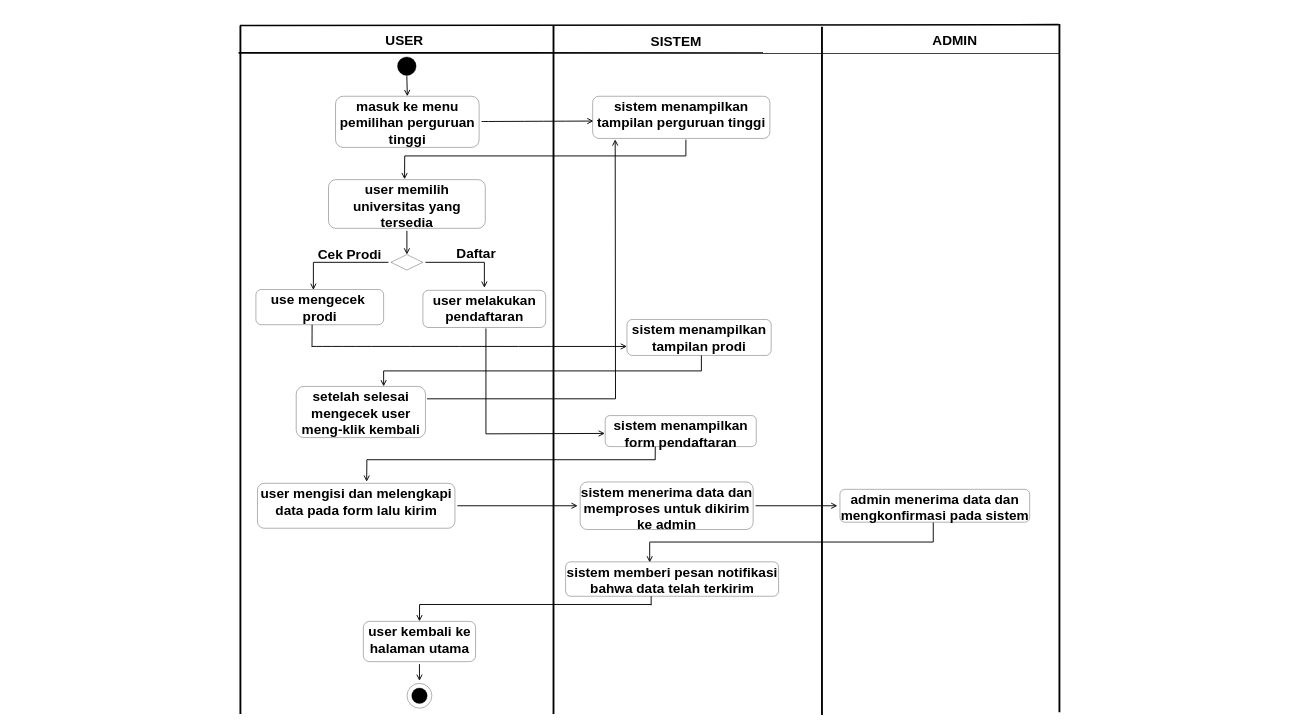
The draw.io diagram page "Page-1" (1 of 4) of pertemuan 12.drawio in dickisepto/Latihan-GIT, before the edit. Source tidied: cells renumbered, new cells numbered last; positions are measured from the earlier drawing's top-left corner, leaving out a move shared by most shapes. Both pictures are drawn from the tidied source at 31%, with x=0, y=0 at pixel (6, 24).
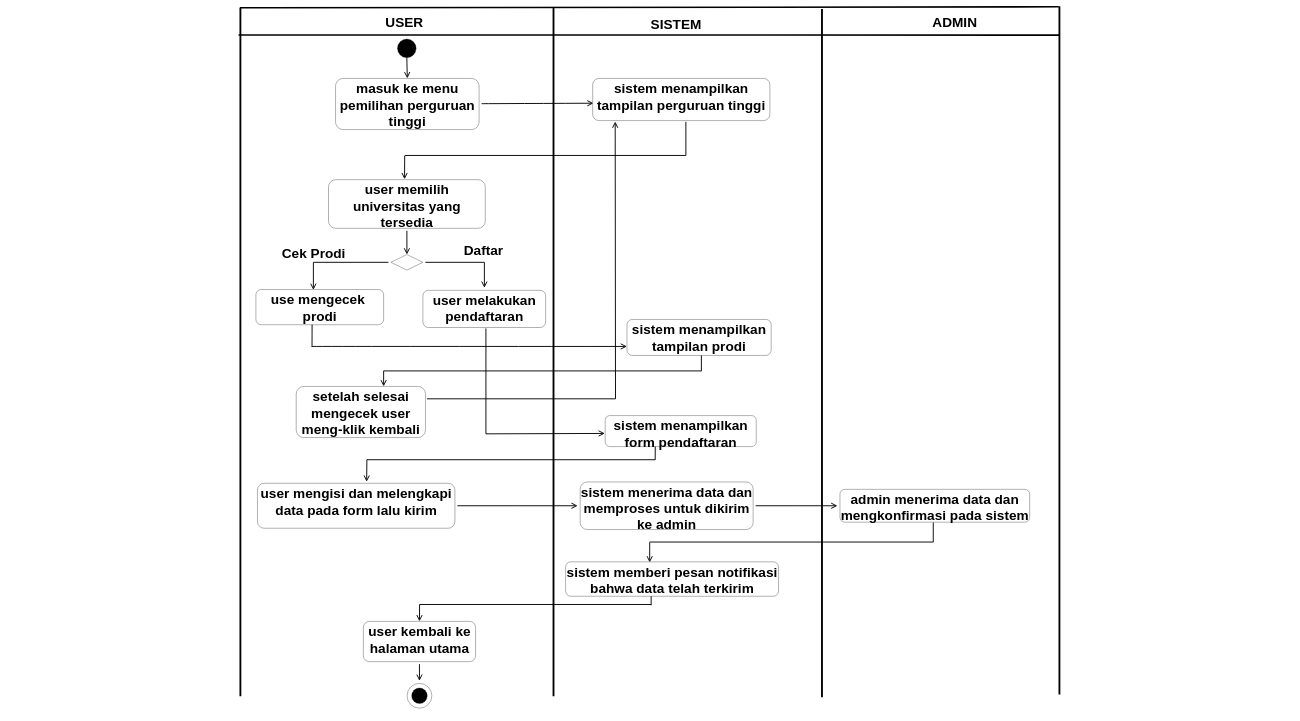
The same diagram, later.

The change refers to these unchanged cells:
```xml
<mxCell id="12" value="&lt;font style=&quot;font-size: 44px;&quot;&gt;user memilih universitas yang tersedia&lt;/font&gt;" style="rounded=1;whiteSpace=wrap;html=1;sketch=0;hachureGap=4;fontFamily=Helvetica;fontSize=44;strokeWidth=1;fontStyle=1;verticalAlign=top;" parent="1" vertex="1">
  <mxGeometry x="1039.2" y="502" width="505.7" height="157" as="geometry" />
</mxCell>
<mxCell id="35" style="line;strokeWidth=3;html=1;hachureGap=4;fontFamily=Helvetica;fontSize=44;fontStyle=1;verticalAlign=top;" parent="1" vertex="1">
  <mxGeometry x="1357" y="1204" width="608" height="10" as="geometry" />
</mxCell>
```

What changed in the source:
```diff
@@
     <mxCell id="2" style="endArrow=none;html=1;rounded=0;sketch=0;hachureGap=4;fontFamily=Architects Daughter;fontSize=44;startSize=14;endSize=14;sourcePerimeterSpacing=8;targetPerimeterSpacing=8;curved=1;strokeWidth=5;fontStyle=1;verticalAlign=top;entryX=0.042;entryY=0.5;entryDx=0;entryDy=0;entryPerimeter=0;" parent="1" edge="1" target="58">
       <mxGeometry relative="1" as="geometry">
-        <mxPoint x="749" y="93" as="sourcePoint" />
+        <mxPoint x="749" y="35.5" as="sourcePoint" />
       </mxGeometry>
     </mxCell>
@@
     <mxCell id="4" value="&lt;font style=&quot;font-size: 44px;&quot;&gt;masuk ke menu pemilihan perguruan tinggi&lt;/font&gt;" style="rounded=1;whiteSpace=wrap;html=1;sketch=0;hachureGap=4;fontFamily=Helvetica;fontSize=44;strokeWidth=1;fontStyle=1;verticalAlign=top;" parent="1" vertex="1">
-      <mxGeometry x="1061.9" y="233" width="463.1" height="165" as="geometry" />
+      <mxGeometry x="1061.9" y="175.5" width="463.1" height="165" as="geometry" />
     </mxCell>
@@
     <mxCell id="6" style="ellipse;whiteSpace=wrap;html=1;rounded=1;sketch=0;hachureGap=4;fontFamily=Architects Daughter;fontSize=44;fillColor=#000000;strokeWidth=1;fontStyle=1;verticalAlign=top;" parent="1" vertex="1">
-      <mxGeometry x="1261.8" y="106" width="60" height="60" as="geometry" />
+      <mxGeometry x="1261.8" y="48.5" width="60" height="60" as="geometry" />
     </mxCell>
     <mxCell id="7" value="&lt;font style=&quot;font-size: 44px;&quot;&gt;USER&lt;/font&gt;" style="text;html=1;strokeColor=none;fillColor=none;align=center;verticalAlign=top;whiteSpace=wrap;rounded=0;sketch=0;hachureGap=4;fontFamily=Helvetica;fontSize=44;strokeWidth=2;fontStyle=1;" parent="1" vertex="1">
-      <mxGeometry x="1229" y="20" width="110" height="30" as="geometry" />
+      <mxGeometry x="1229" y="-37.5" width="110" height="30" as="geometry" />
     </mxCell>
     <mxCell id="8" value="SISTEM" style="text;html=1;align=center;verticalAlign=top;strokeColor=none;fillColor=none;rounded=1;sketch=0;hachureGap=4;fontFamily=Helvetica;fontSize=44;strokeWidth=2;fontStyle=1;" parent="1" vertex="1">
-      <mxGeometry x="2073" y="24.1" width="174" height="57" as="geometry" />
+      <mxGeometry x="2073" y="-33.4" width="174" height="57" as="geometry" />
     </mxCell>
     <mxCell id="9" value="ADMIN" style="text;html=1;align=center;verticalAlign=top;strokeColor=none;fillColor=none;rounded=1;sketch=0;hachureGap=4;fontFamily=Helvetica;fontSize=44;strokeWidth=2;fontStyle=1;" parent="1" vertex="1">
-      <mxGeometry x="2982" y="20" width="154" height="57" as="geometry" />
+      <mxGeometry x="2982" y="-37.5" width="154" height="57" as="geometry" />
     </mxCell>
     <mxCell id="10" value="&lt;font style=&quot;font-size: 44px;&quot;&gt;sistem menampilkan tampilan perguruan tinggi &lt;/font&gt;" style="rounded=1;whiteSpace=wrap;html=1;sketch=0;hachureGap=4;fontFamily=Helvetica;fontSize=44;fillColor=#FFFFFF;strokeWidth=1;fontStyle=1;verticalAlign=top;" parent="1" vertex="1">
-      <mxGeometry x="1891.3" y="233" width="571.7" height="136" as="geometry" />
+      <mxGeometry x="1891.3" y="175.5" width="571.7" height="136" as="geometry" />
     </mxCell>
@@
     <mxCell id="13" style="endArrow=none;html=1;rounded=0;sketch=0;hachureGap=4;fontFamily=Architects Daughter;fontSize=44;startSize=14;endSize=14;sourcePerimeterSpacing=8;targetPerimeterSpacing=8;strokeWidth=3;fontStyle=1;verticalAlign=top;exitX=1;exitY=0.5;exitDx=0;exitDy=0;exitPerimeter=0;" parent="1" edge="1" source="14">
       <mxGeometry relative="1" as="geometry">
-        <mxPoint x="2192" y="373" as="targetPoint" />
+        <mxPoint x="2192" y="315.5" as="targetPoint" />
       </mxGeometry>
     </mxCell>
     <mxCell id="14" style="line;strokeWidth=3;html=1;rounded=1;sketch=0;hachureGap=4;fontFamily=Architects Daughter;fontSize=44;fillColor=#FFFFFF;fontStyle=1;verticalAlign=top;" parent="1" vertex="1">
-      <mxGeometry x="1285" y="404" width="907" height="43" as="geometry" />
+      <mxGeometry x="1285" y="346.5" width="907" height="155" as="geometry" />
     </mxCell>
-    <mxCell id="15" style="endArrow=open;html=1;rounded=0;sketch=0;hachureGap=4;fontFamily=Architects Daughter;fontSize=44;startSize=14;endSize=14;sourcePerimeterSpacing=8;targetPerimeterSpacing=8;exitX=0;exitY=0.5;exitDx=0;exitDy=0;exitPerimeter=0;entryX=0.485;entryY=-0.008;entryDx=0;entryDy=0;endFill=0;strokeWidth=3;entryPerimeter=0;fontStyle=1;verticalAlign=top;" parent="1" edge="1" source="14" target="12">
-      <mxGeometry relative="1" as="geometry" />
+    <mxCell id="15" style="endArrow=open;html=1;rounded=0;sketch=0;hachureGap=4;fontFamily=Architects Daughter;fontSize=44;startSize=14;endSize=14;sourcePerimeterSpacing=8;targetPerimeterSpacing=8;exitX=0;exitY=0.5;exitDx=0;exitDy=0;exitPerimeter=0;entryX=0.485;entryY=-0.008;entryDx=0;entryDy=0;endFill=0;strokeWidth=3;entryPerimeter=0;fontStyle=1;verticalAlign=top;" parent="1" edge="1" target="12">
+      <mxGeometry relative="1" as="geometry">
+        <mxPoint x="1285" y="425.5" as="sourcePoint" />
+      </mxGeometry>
     </mxCell>
@@
     <mxCell id="21" value="Cek Prodi" style="text;html=1;align=center;verticalAlign=top;strokeColor=none;fillColor=none;rounded=0;sketch=0;hachureGap=4;fontFamily=Helvetica;fontSize=44;strokeWidth=1;fontStyle=1;" parent="1" vertex="1">
-      <mxGeometry x="999" y="712" width="215" height="57" as="geometry" />
+      <mxGeometry x="883" y="708" width="215" height="57" as="geometry" />
     </mxCell>
     <mxCell id="22" value="Daftar" style="text;html=1;align=center;verticalAlign=top;strokeColor=none;fillColor=none;rounded=0;sketch=0;hachureGap=4;fontFamily=Helvetica;fontSize=44;rotation=0;strokeWidth=1;fontStyle=1;" parent="1" vertex="1">
-      <mxGeometry x="1446" y="706" width="137" height="57" as="geometry" />
+      <mxGeometry x="1470" y="698" width="137" height="57" as="geometry" />
     </mxCell>
@@
     <mxCell id="36" style="endArrow=open;html=1;rounded=0;fontFamily=Helvetica;fontSize=44;startSize=14;endSize=14;sourcePerimeterSpacing=8;targetPerimeterSpacing=8;endFill=0;strokeWidth=3;fontStyle=1;verticalAlign=top;exitX=1;exitY=0.5;exitDx=0;exitDy=0;exitPerimeter=0;" parent="1" edge="1" source="35">
       <mxGeometry relative="1" as="geometry">
-        <mxPoint x="1964" y="372" as="targetPoint" />
+        <mxPoint x="1964" y="314.5" as="targetPoint" />
       </mxGeometry>
     </mxCell>
@@
     <mxCell id="54" style="line;strokeWidth=6;direction=south;html=1;fontFamily=Helvetica;fontSize=44;" parent="1" vertex="1">
-      <mxGeometry x="1010" y="6" width="1510" height="2220" as="geometry" />
+      <mxGeometry x="1010" y="-51.5" width="1510" height="2220" as="geometry" />
     </mxCell>
     <mxCell id="55" style="line;strokeWidth=6;direction=south;html=1;fontFamily=Helvetica;fontSize=44;" parent="1" vertex="1">
-      <mxGeometry x="1876" y="9" width="1510" height="2220" as="geometry" />
+      <mxGeometry x="1876" y="-48.5" width="1510" height="2220" as="geometry" />
     </mxCell>
     <mxCell id="56" style="endArrow=none;html=1;rounded=0;sketch=0;hachureGap=4;fontFamily=Architects Daughter;fontSize=44;startSize=14;endSize=14;sourcePerimeterSpacing=8;targetPerimeterSpacing=8;curved=1;strokeWidth=5;fontStyle=1;verticalAlign=top;" parent="1" edge="1">
       <mxGeometry relative="1" as="geometry">
-        <mxPoint x="753" y="5" as="sourcePoint" />
-        <mxPoint x="3395" y="2" as="targetPoint" />
+        <mxPoint x="753" y="-52.5" as="sourcePoint" />
+        <mxPoint x="3395" y="-55.5" as="targetPoint" />
       </mxGeometry>
     </mxCell>
     <mxCell id="57" style="line;strokeWidth=6;direction=south;html=1;fontFamily=Helvetica;fontSize=44;" parent="1" vertex="1">
-      <mxGeometry y="6" width="1510" height="2220" as="geometry" />
+      <mxGeometry y="-51.5" width="1510" height="2220" as="geometry" />
     </mxCell>
     <mxCell id="58" style="line;strokeWidth=6;direction=south;html=1;fontFamily=Helvetica;fontSize=44;" parent="1" vertex="1">
-      <mxGeometry x="2642" width="1510" height="2220" as="geometry" />
+      <mxGeometry x="2642" y="-57.5" width="1510" height="2220" as="geometry" />
     </mxCell>
```
